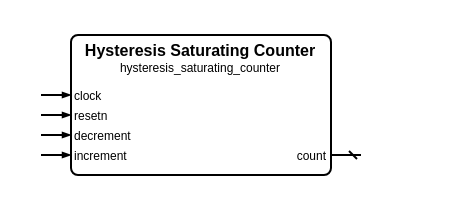
Before: sources/counter/hysteresis_saturating_counter/hysteresis_saturating_counter.symbol.drawio in Louis-DR/OmniCores-BuildingBlocks, a draw.io diagram. Source tidied: cells renumbered, new cells numbered last; positions are measured from the earlier drawing's top-left corner, leaving out a move shared by most shapes. Both pictures are drawn from the tidied source at 200%, with x=0, y=0 at pixel (40, 34).
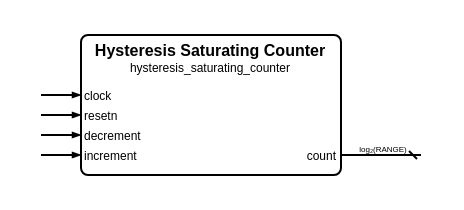
Above is the later version.

Diff of the diagram source:
```diff
@@
     <mxCell id="2" style="group;" parent="1" vertex="1">
-      <mxGeometry width="160" height="70" as="geometry" />
+      <mxGeometry width="190" height="70" as="geometry" />
     </mxCell>
     <mxCell id="3" style="rounded=1;arcSize=5;fillColor=none;strokeWidth=1;strokeColor=black;whiteSpace=wrap;html=1;" parent="2" vertex="1">
-      <mxGeometry x="15" width="130" height="70" as="geometry" />
+      <mxGeometry x="20" width="130" height="70" as="geometry" />
     </mxCell>
     <mxCell id="4" value="Hysteresis Saturating Counter" style="text;html=1;align=center;verticalAlign=middle;whiteSpace=wrap;rounded=0;fontSize=8;fontStyle=1;fontColor=black;" parent="2" vertex="1">
-      <mxGeometry x="15" y="7" width="130" as="geometry" />
+      <mxGeometry x="20" y="7" width="130" as="geometry" />
     </mxCell>
     <mxCell id="5" value="hysteresis_saturating_counter" style="text;html=1;align=center;verticalAlign=middle;whiteSpace=wrap;rounded=0;fontSize=6;fontStyle=0;fontColor=black;" parent="2" vertex="1">
-      <mxGeometry x="15" y="16" width="130" as="geometry" />
+      <mxGeometry x="20" y="16" width="130" as="geometry" />
     </mxCell>
     <mxCell id="6" value="clock" style="text;html=1;align=left;verticalAlign=middle;whiteSpace=wrap;rounded=0;fontSize=6;fontStyle=0;fontColor=black;" parent="2" vertex="1">
-      <mxGeometry x="15" y="30" width="130" as="geometry" />
+      <mxGeometry x="20" y="30" width="130" as="geometry" />
     </mxCell>
     <mxCell id="7" style="html=1;rounded=1;strokeWidth=1;strokeColor=black;startFill=0;startSize=2;startArrow=none;endFill=1;endSize=2;endArrow=blockThin;sourcePerimeterSpacing=0;" parent="2" edge="1">
       <mxGeometry relative="1" as="geometry">
         <mxPoint y="30" as="sourcePoint" />
-        <mxPoint x="15" y="30" as="targetPoint" />
+        <mxPoint x="20" y="30" as="targetPoint" />
       </mxGeometry>
     </mxCell>
     <mxCell id="8" value="resetn" style="text;html=1;align=left;verticalAlign=middle;whiteSpace=wrap;rounded=0;fontSize=6;fontStyle=0;fontColor=black;" parent="2" vertex="1">
-      <mxGeometry x="15" y="40" width="130" as="geometry" />
+      <mxGeometry x="20" y="40" width="130" as="geometry" />
     </mxCell>
     <mxCell id="9" style="html=1;rounded=1;strokeWidth=1;strokeColor=black;startFill=0;startSize=2;startArrow=none;endFill=1;endSize=2;endArrow=blockThin;sourcePerimeterSpacing=0;" parent="2" edge="1">
       <mxGeometry relative="1" as="geometry">
         <mxPoint y="40" as="sourcePoint" />
-        <mxPoint x="15" y="40" as="targetPoint" />
+        <mxPoint x="20" y="40" as="targetPoint" />
       </mxGeometry>
     </mxCell>
     <mxCell id="10" value="decrement" style="text;html=1;align=left;verticalAlign=middle;whiteSpace=wrap;rounded=0;fontSize=6;fontStyle=0;fontColor=black;" parent="2" vertex="1">
-      <mxGeometry x="15" y="50" width="130" as="geometry" />
+      <mxGeometry x="20" y="50" width="130" as="geometry" />
     </mxCell>
     <mxCell id="11" style="html=1;rounded=1;strokeWidth=1;strokeColor=black;startFill=0;startSize=2;startArrow=none;endFill=1;endSize=2;endArrow=blockThin;sourcePerimeterSpacing=0;" parent="2" edge="1">
       <mxGeometry relative="1" as="geometry">
         <mxPoint y="50" as="sourcePoint" />
-        <mxPoint x="15" y="50" as="targetPoint" />
+        <mxPoint x="20" y="50" as="targetPoint" />
       </mxGeometry>
     </mxCell>
     <mxCell id="12" value="increment" style="text;html=1;align=left;verticalAlign=middle;whiteSpace=wrap;rounded=0;fontSize=6;fontStyle=0;fontColor=black;" parent="2" vertex="1">
-      <mxGeometry x="15" y="60" width="130" as="geometry" />
+      <mxGeometry x="20" y="60" width="130" as="geometry" />
     </mxCell>
     <mxCell id="13" style="html=1;rounded=1;strokeWidth=1;strokeColor=black;startFill=0;startSize=2;startArrow=none;endFill=1;endSize=2;endArrow=blockThin;sourcePerimeterSpacing=0;" parent="2" edge="1">
       <mxGeometry relative="1" as="geometry">
         <mxPoint y="60" as="sourcePoint" />
-        <mxPoint x="15" y="60" as="targetPoint" />
+        <mxPoint x="20" y="60" as="targetPoint" />
       </mxGeometry>
     </mxCell>
     <mxCell id="14" value="count" style="text;html=1;align=right;verticalAlign=middle;whiteSpace=wrap;rounded=0;fontSize=6;fontStyle=0;fontColor=black;" parent="2" vertex="1">
-      <mxGeometry x="15" y="60" width="130" as="geometry" />
+      <mxGeometry x="20" y="60" width="130" as="geometry" />
     </mxCell>
     <mxCell id="15" style="html=1;rounded=1;strokeWidth=1;strokeColor=black;startFill=0;startSize=2;startArrow=dash;endFill=1;endSize=2;endArrow=none;sourcePerimeterSpacing=0;" parent="2" edge="1">
       <mxGeometry relative="1" as="geometry">
-        <mxPoint x="160" y="60" as="sourcePoint" />
-        <mxPoint x="145" y="60" as="targetPoint" />
+        <mxPoint x="190" y="60" as="sourcePoint" />
+        <mxPoint x="150" y="60" as="targetPoint" />
       </mxGeometry>
     </mxCell>
+    <mxCell id="16" value="log₂(RANGE)" style="text;html=1;align=center;verticalAlign=middle;whiteSpace=nowrap;rounded=0;fontSize=4;fontStyle=0;fontColor=black;" parent="2" vertex="1">
+      <mxGeometry x="170" y="57" as="geometry" />
+    </mxCell>
```
